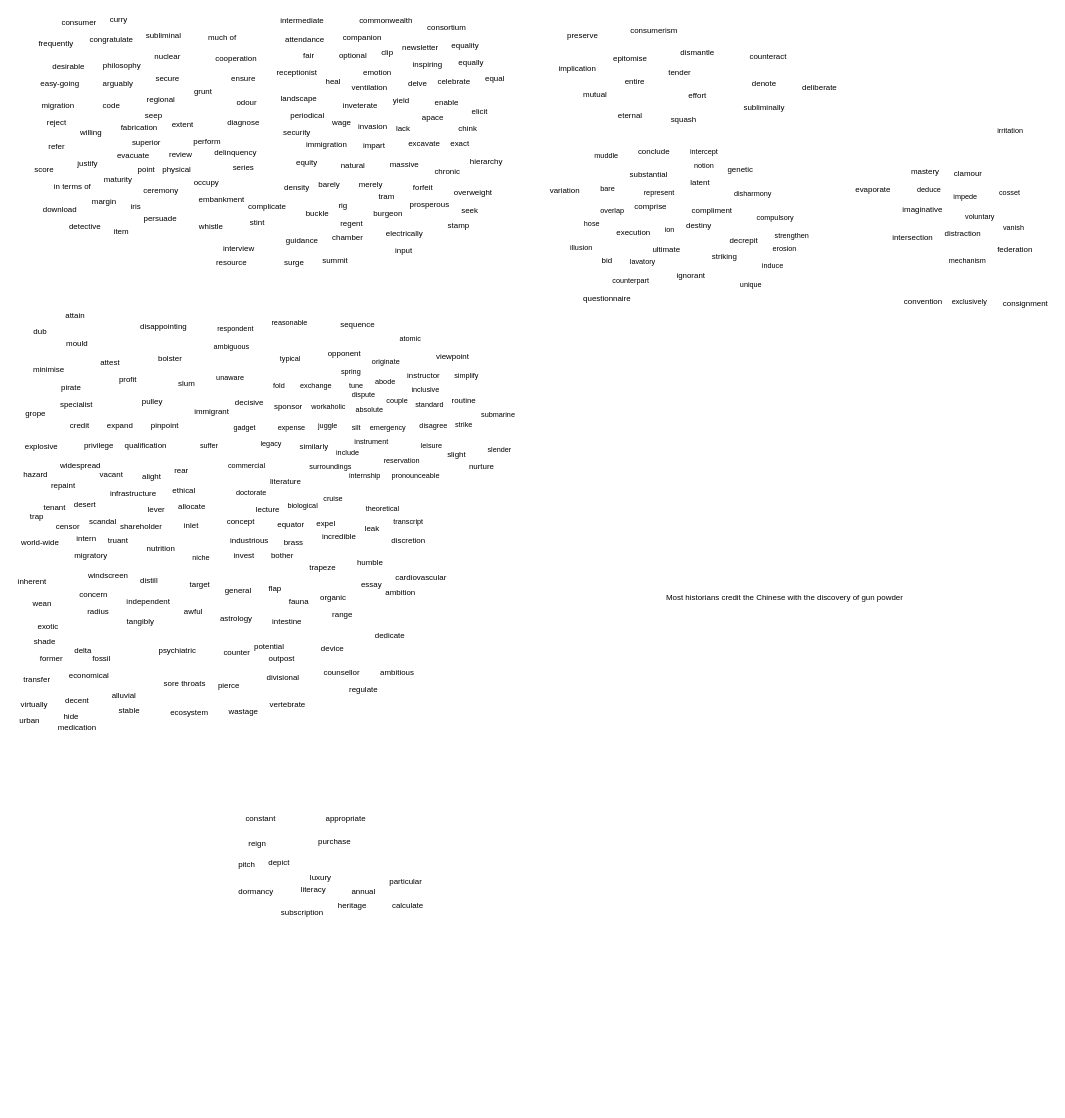
Earlier version of the draw.io diagram 2023-11-13.drawio (GC-L/hello-world). Source tidied: cells renumbered, new cells numbered last; positions are measured from the earlier drawing's top-left corner, leaving out a move shared by most shapes. Both pictures are drawn from the tidied source at 66%, with x=0, y=0 at pixel (11, 11).
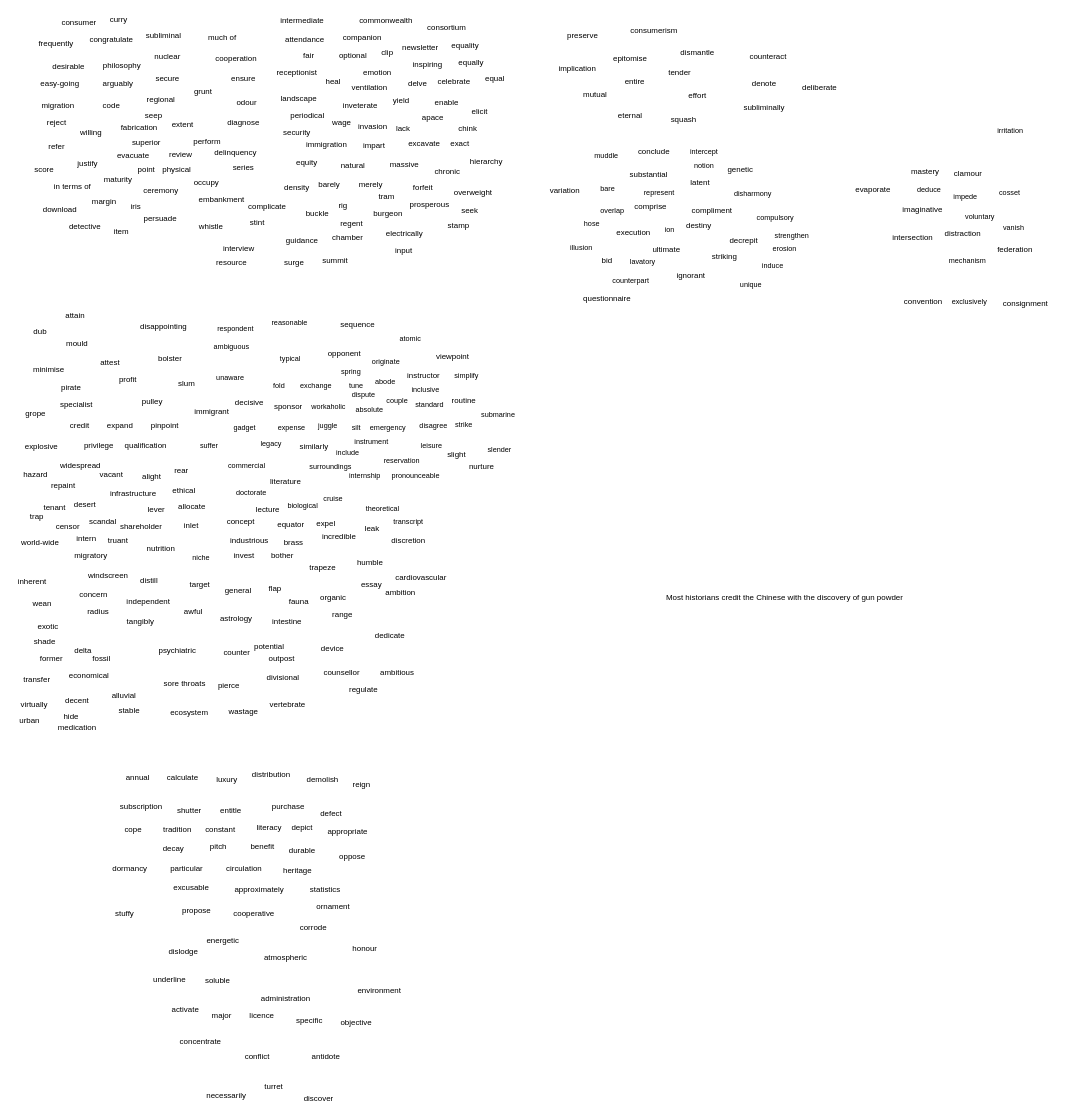
After the change.

Change to the diagram source:
```diff
@@
     <mxCell id="337" value="reign" style="text;html=1;align=center;verticalAlign=middle;strokeColor=none;fillColor=none;" parent="1" vertex="1">
-      <mxGeometry x="349.4" y="1248" width="45" height="26" as="geometry" />
+      <mxGeometry x="507" y="1159" width="45" height="26" as="geometry" />
     </mxCell>
     <mxCell id="338" value="heritage" style="text;html=1;align=center;verticalAlign=middle;strokeColor=none;fillColor=none;" parent="1" vertex="1">
-      <mxGeometry x="485.6" y="1341" width="61" height="26" as="geometry" />
+      <mxGeometry x="402" y="1288" width="61" height="26" as="geometry" />
     </mxCell>
     <mxCell id="339" value="appropriate" style="text;html=1;align=center;verticalAlign=middle;strokeColor=none;fillColor=none;" parent="1" vertex="1">
-      <mxGeometry x="466.9" y="1210" width="79" height="26" as="geometry" />
+      <mxGeometry x="469.9" y="1229" width="79" height="26" as="geometry" />
     </mxCell>
     <mxCell id="340" value="annual" style="text;html=1;align=center;verticalAlign=middle;strokeColor=none;fillColor=none;" parent="1" vertex="1">
-      <mxGeometry x="505.9" y="1321" width="54" height="26" as="geometry" />
+      <mxGeometry x="163.8" y="1148" width="54" height="26" as="geometry" />
     </mxCell>
     <mxCell id="341" value="depict" style="text;html=1;align=center;verticalAlign=middle;strokeColor=none;fillColor=none;" parent="1" vertex="1">
-      <mxGeometry x="380.1" y="1277" width="50" height="26" as="geometry" />
+      <mxGeometry x="415" y="1224" width="50" height="26" as="geometry" />
     </mxCell>
     <mxCell id="342" value="literacy" style="text;html=1;align=center;verticalAlign=middle;strokeColor=none;fillColor=none;" parent="1" vertex="1">
-      <mxGeometry x="428.6" y="1318" width="56" height="26" as="geometry" />
+      <mxGeometry x="362.4" y="1224" width="56" height="26" as="geometry" />
     </mxCell>
     <mxCell id="343" value="calculate" style="text;html=1;align=center;verticalAlign=middle;strokeColor=none;fillColor=none;" parent="1" vertex="1">
-      <mxGeometry x="567.7" y="1341" width="65" height="26" as="geometry" />
+      <mxGeometry x="226" y="1148" width="65" height="26" as="geometry" />
     </mxCell>
     <mxCell id="344" value="luxury" style="text;html=1;align=center;verticalAlign=middle;strokeColor=none;fillColor=none;" parent="1" vertex="1">
-      <mxGeometry x="442.9" y="1299" width="50" height="26" as="geometry" />
+      <mxGeometry x="300.5" y="1151" width="50" height="26" as="geometry" />
     </mxCell>
     <mxCell id="345" value="purchase" style="text;html=1;align=center;verticalAlign=middle;strokeColor=none;fillColor=none;" parent="1" vertex="1">
-      <mxGeometry x="455.9" y="1245" width="67" height="26" as="geometry" />
+      <mxGeometry x="385.6" y="1191" width="67" height="26" as="geometry" />
     </mxCell>
     <mxCell id="346" value="constant" style="text;html=1;align=center;verticalAlign=middle;strokeColor=none;fillColor=none;" parent="1" vertex="1">
-      <mxGeometry x="345.1" y="1210" width="63" height="26" as="geometry" />
+      <mxGeometry x="284" y="1226" width="63" height="26" as="geometry" />
     </mxCell>
     <mxCell id="347" value="dormancy" style="text;html=1;align=center;verticalAlign=middle;strokeColor=none;fillColor=none;" parent="1" vertex="1">
-      <mxGeometry x="334.1" y="1321" width="71" height="26" as="geometry" />
+      <mxGeometry x="143.5" y="1286" width="71" height="26" as="geometry" />
     </mxCell>
     <mxCell id="348" value="particular" style="text;html=1;align=center;verticalAlign=middle;strokeColor=none;fillColor=none;" parent="1" vertex="1">
-      <mxGeometry x="563.7" y="1306" width="67" height="26" as="geometry" />
+      <mxGeometry x="231" y="1286" width="67" height="26" as="geometry" />
     </mxCell>
     <mxCell id="349" value="subscription" style="text;html=1;align=center;verticalAlign=middle;strokeColor=none;fillColor=none;" parent="1" vertex="1">
-      <mxGeometry x="399.1" y="1353" width="82" height="26" as="geometry" />
+      <mxGeometry x="154.6" y="1191" width="82" height="26" as="geometry" />
     </mxCell>
     <mxCell id="350" value="pitch" style="text;html=1;align=center;verticalAlign=middle;strokeColor=none;fillColor=none;" parent="1" vertex="1">
-      <mxGeometry x="334.1" y="1280" width="43" height="26" as="geometry" />
+      <mxGeometry x="291.6" y="1252" width="43" height="26" as="geometry" />
     </mxCell>
+    <mxCell id="351" value="entitle" style="text;html=1;align=center;verticalAlign=middle;strokeColor=none;fillColor=none;" parent="1" vertex="1">
+      <mxGeometry x="306.5" y="1198" width="50" height="26" as="geometry" />
+    </mxCell>
+    <mxCell id="352" value="shutter" style="text;html=1;align=center;verticalAlign=middle;strokeColor=none;fillColor=none;" parent="1" vertex="1">
+      <mxGeometry x="241" y="1198" width="55" height="26" as="geometry" />
+    </mxCell>
+    <mxCell id="353" value="demolish" style="text;html=1;align=center;verticalAlign=middle;strokeColor=none;fillColor=none;" parent="1" vertex="1">
+      <mxGeometry x="437.9" y="1151" width="66" height="26" as="geometry" />
+    </mxCell>
+    <mxCell id="354" value="durable" style="text;html=1;align=center;verticalAlign=middle;strokeColor=none;fillColor=none;" parent="1" vertex="1">
+      <mxGeometry x="411" y="1258" width="58" height="26" as="geometry" />
+    </mxCell>
+    <mxCell id="355" value="cope" style="text;html=1;align=center;verticalAlign=middle;strokeColor=none;fillColor=none;" parent="1" vertex="1">
+      <mxGeometry x="161.5" y="1226" width="44" height="26" as="geometry" />
+    </mxCell>
+    <mxCell id="356" value="circulation" style="text;html=1;align=center;verticalAlign=middle;strokeColor=none;fillColor=none;" parent="1" vertex="1">
+      <mxGeometry x="316.4" y="1286" width="72" height="26" as="geometry" />
+    </mxCell>
+    <mxCell id="357" value="tradition" style="text;html=1;align=center;verticalAlign=middle;strokeColor=none;fillColor=none;" parent="1" vertex="1">
+      <mxGeometry x="220" y="1226" width="61" height="26" as="geometry" />
+    </mxCell>
+    <mxCell id="358" value="benefit" style="text;html=1;align=center;verticalAlign=middle;strokeColor=none;fillColor=none;" parent="1" vertex="1">
+      <mxGeometry x="352.5" y="1252" width="54" height="26" as="geometry" />
+    </mxCell>
+    <mxCell id="359" value="decay" style="text;html=1;align=center;verticalAlign=middle;strokeColor=none;fillColor=none;" parent="1" vertex="1">
+      <mxGeometry x="220" y="1255" width="50" height="26" as="geometry" />
+    </mxCell>
+    <mxCell id="360" value="distribution" style="text;html=1;align=center;verticalAlign=middle;strokeColor=none;fillColor=none;" parent="1" vertex="1">
+      <mxGeometry x="355.4" y="1143" width="76" height="26" as="geometry" />
+    </mxCell>
+    <mxCell id="361" value="defect" style="text;html=1;align=center;verticalAlign=middle;strokeColor=none;fillColor=none;" parent="1" vertex="1">
+      <mxGeometry x="458.6" y="1203" width="51" height="26" as="geometry" />
+    </mxCell>
+    <mxCell id="362" value="oppose" style="text;html=1;align=center;verticalAlign=middle;strokeColor=none;fillColor=none;" parent="1" vertex="1">
+      <mxGeometry x="487" y="1268" width="57" height="26" as="geometry" />
+    </mxCell>
+    <mxCell id="363" value="statistics" style="text;html=1;align=center;verticalAlign=middle;strokeColor=none;fillColor=none;" parent="1" vertex="1">
+      <mxGeometry x="443" y="1317" width="64" height="26" as="geometry" />
+    </mxCell>
+    <mxCell id="364" value="stuffy" style="text;html=1;align=center;verticalAlign=middle;strokeColor=none;fillColor=none;" parent="1" vertex="1">
+      <mxGeometry x="148" y="1354" width="46" height="26" as="geometry" />
+    </mxCell>
+    <mxCell id="365" value="approximately" style="text;html=1;align=center;verticalAlign=middle;strokeColor=none;fillColor=none;" parent="1" vertex="1">
+      <mxGeometry x="328.8" y="1317" width="93" height="26" as="geometry" />
+    </mxCell>
+    <mxCell id="366" value="excusable" style="text;html=1;align=center;verticalAlign=middle;strokeColor=none;fillColor=none;" parent="1" vertex="1">
+      <mxGeometry x="235.6" y="1314" width="72" height="26" as="geometry" />
+    </mxCell>
+    <mxCell id="367" value="propose" style="text;html=1;align=center;verticalAlign=middle;strokeColor=none;fillColor=none;" parent="1" vertex="1">
+      <mxGeometry x="249.2" y="1349" width="61" height="26" as="geometry" />
+    </mxCell>
+    <mxCell id="368" value="ornament" style="text;html=1;align=center;verticalAlign=middle;strokeColor=none;fillColor=none;" parent="1" vertex="1">
+      <mxGeometry x="452" y="1343" width="69" height="26" as="geometry" />
+    </mxCell>
+    <mxCell id="369" value="energetic" style="text;html=1;align=center;verticalAlign=middle;strokeColor=none;fillColor=none;" parent="1" vertex="1">
+      <mxGeometry x="286" y="1395" width="67" height="26" as="geometry" />
+    </mxCell>
+    <mxCell id="370" value="atmospheric" style="text;html=1;align=center;verticalAlign=middle;strokeColor=none;fillColor=none;" parent="1" vertex="1">
+      <mxGeometry x="373.6" y="1421" width="83" height="26" as="geometry" />
+    </mxCell>
+    <mxCell id="371" value="cooperative" style="text;html=1;align=center;verticalAlign=middle;strokeColor=none;fillColor=none;" parent="1" vertex="1">
+      <mxGeometry x="327" y="1354" width="80" height="26" as="geometry" />
+    </mxCell>
+    <mxCell id="372" value="corrode" style="text;html=1;align=center;verticalAlign=middle;strokeColor=none;fillColor=none;" parent="1" vertex="1">
+      <mxGeometry x="427.5" y="1375" width="59" height="26" as="geometry" />
+    </mxCell>
+    <mxCell id="373" value="honour" style="text;html=1;align=center;verticalAlign=middle;strokeColor=none;fillColor=none;" parent="1" vertex="1">
+      <mxGeometry x="507" y="1407" width="55" height="26" as="geometry" />
+    </mxCell>
+    <mxCell id="374" value="dislodge" style="text;html=1;align=center;verticalAlign=middle;strokeColor=none;fillColor=none;" parent="1" vertex="1">
+      <mxGeometry x="228.6" y="1411" width="63" height="26" as="geometry" />
+    </mxCell>
+    <mxCell id="375" value="soluble" style="text;html=1;align=center;verticalAlign=middle;strokeColor=none;fillColor=none;" parent="1" vertex="1">
+      <mxGeometry x="284" y="1456" width="56" height="26" as="geometry" />
+    </mxCell>
+    <mxCell id="376" value="administration" style="text;html=1;align=center;verticalAlign=middle;strokeColor=none;fillColor=none;" parent="1" vertex="1">
+      <mxGeometry x="368" y="1482" width="93" height="26" as="geometry" />
+    </mxCell>
+    <mxCell id="377" value="environment" style="text;html=1;align=center;verticalAlign=middle;strokeColor=none;fillColor=none;" parent="1" vertex="1">
+      <mxGeometry x="514.6" y="1470" width="84" height="26" as="geometry" />
+    </mxCell>
+    <mxCell id="378" value="licence" style="text;html=1;align=center;verticalAlign=middle;strokeColor=none;fillColor=none;" parent="1" vertex="1">
+      <mxGeometry x="351.5" y="1508" width="55" height="26" as="geometry" />
+    </mxCell>
+    <mxCell id="379" value="underline" style="text;html=1;align=center;verticalAlign=middle;strokeColor=none;fillColor=none;" parent="1" vertex="1">
+      <mxGeometry x="205.5" y="1454" width="67" height="26" as="geometry" />
+    </mxCell>
+    <mxCell id="380" value="activate" style="text;html=1;align=center;verticalAlign=middle;strokeColor=none;fillColor=none;" parent="1" vertex="1">
+      <mxGeometry x="233" y="1499" width="59" height="26" as="geometry" />
+    </mxCell>
+    <mxCell id="381" value="major" style="text;html=1;align=center;verticalAlign=middle;strokeColor=none;fillColor=none;" parent="1" vertex="1">
+      <mxGeometry x="293.5" y="1508" width="48" height="26" as="geometry" />
+    </mxCell>
+    <mxCell id="382" value="specific" style="text;html=1;align=center;verticalAlign=middle;strokeColor=none;fillColor=none;" parent="1" vertex="1">
+      <mxGeometry x="422" y="1516" width="58" height="26" as="geometry" />
+    </mxCell>
+    <mxCell id="383" value="objective" style="text;html=1;align=center;verticalAlign=middle;strokeColor=none;fillColor=none;" parent="1" vertex="1">
+      <mxGeometry x="489.9" y="1519" width="65" height="26" as="geometry" />
+    </mxCell>
+    <mxCell id="384" value="concentrate" style="text;html=1;align=center;verticalAlign=middle;strokeColor=none;fillColor=none;" parent="1" vertex="1">
+      <mxGeometry x="245" y="1548" width="81" height="26" as="geometry" />
+    </mxCell>
+    <mxCell id="385" value="conflict" style="text;html=1;align=center;verticalAlign=middle;strokeColor=none;fillColor=none;" parent="1" vertex="1">
+      <mxGeometry x="344.5" y="1571" width="55" height="26" as="geometry" />
+    </mxCell>
+    <mxCell id="386" value="antidote" style="text;html=1;align=center;verticalAlign=middle;strokeColor=none;fillColor=none;" parent="1" vertex="1">
+      <mxGeometry x="445.4" y="1571" width="61" height="26" as="geometry" />
+    </mxCell>
+    <mxCell id="387" value="discover" style="text;html=1;align=center;verticalAlign=middle;strokeColor=none;fillColor=none;" parent="1" vertex="1">
+      <mxGeometry x="433" y="1634" width="63" height="26" as="geometry" />
+    </mxCell>
+    <mxCell id="388" value="necessarily" style="text;html=1;align=center;verticalAlign=middle;strokeColor=none;fillColor=none;" parent="1" vertex="1">
+      <mxGeometry x="286" y="1629" width="78" height="26" as="geometry" />
+    </mxCell>
+    <mxCell id="389" value="turret" style="text;html=1;align=center;verticalAlign=middle;strokeColor=none;fillColor=none;" parent="1" vertex="1">
+      <mxGeometry x="374" y="1616" width="46" height="26" as="geometry" />
+    </mxCell>
```
